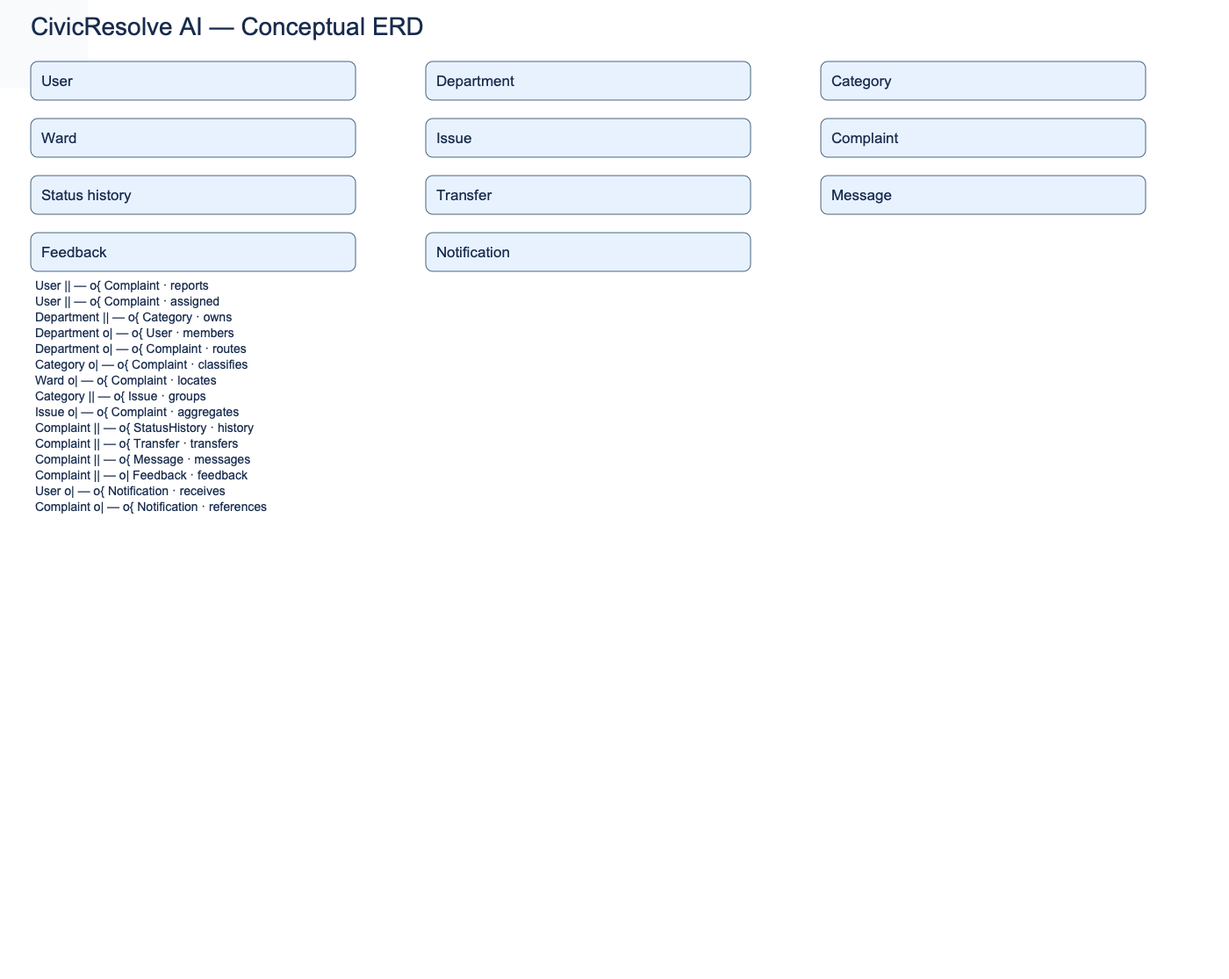
Earlier version of the Mermaid export DE/02-er-diagrams/final-conceptual-erd.png (joddcodes07/civicresolve-ai). Its source is kept beside it as DE/02-er-diagrams/final-conceptual-erd.mmd. Its diagram source:
```mermaid
erDiagram
  USER ||--o{ COMPLAINT : reports
  USER ||--o{ COMPLAINT : assigned_to
  DEPARTMENT ||--o{ CATEGORY : owns
  DEPARTMENT o|--o{ USER : includes
  DEPARTMENT o|--o{ COMPLAINT : routes
  CATEGORY o|--o{ COMPLAINT : classifies
  WARD o|--o{ COMPLAINT : locates
  CATEGORY ||--o{ ISSUE : groups
  ISSUE o|--o{ COMPLAINT : aggregates
  COMPLAINT ||--o{ STATUS_HISTORY : tracks
  COMPLAINT ||--o{ TRANSFER : records
  COMPLAINT ||--o{ MESSAGE : contains
  COMPLAINT ||--o| FEEDBACK : receives
  USER o|--o{ NOTIFICATION : receives
  COMPLAINT o|--o{ NOTIFICATION : references
```
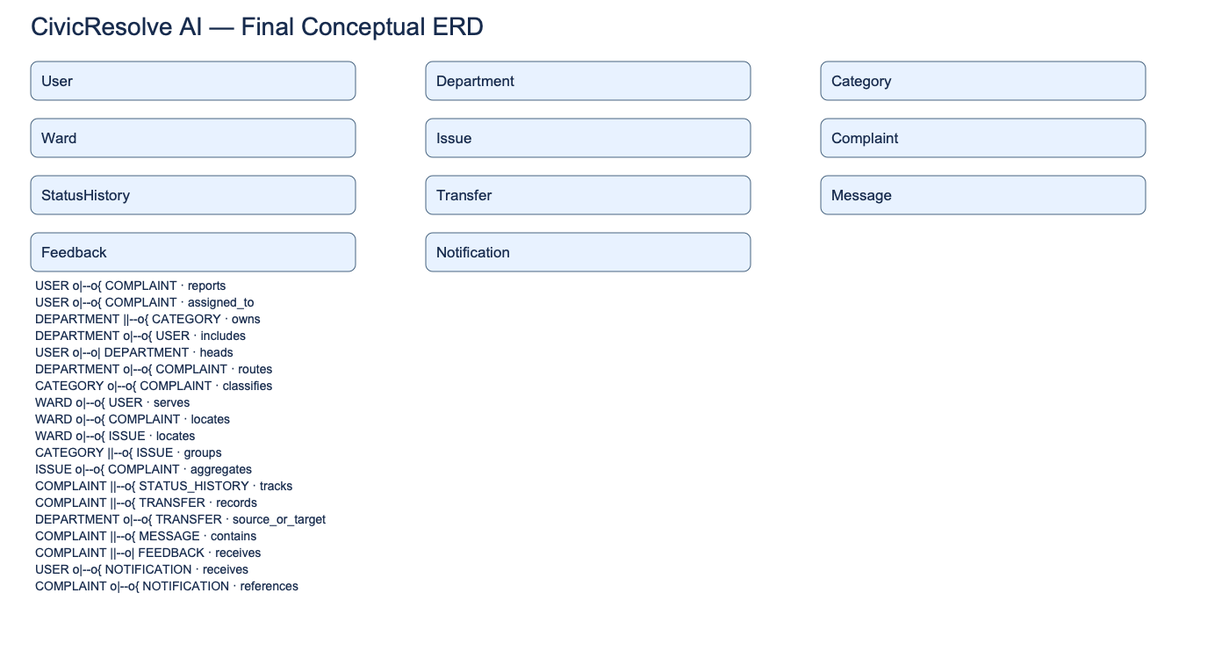
After the commit.

The edit, as a diff of the source:
```diff
@@ -1,15 +1,19 @@
 erDiagram
-  USER ||--o{ COMPLAINT : reports
-  USER ||--o{ COMPLAINT : assigned_to
+  USER o|--o{ COMPLAINT : reports
+  USER o|--o{ COMPLAINT : assigned_to
   DEPARTMENT ||--o{ CATEGORY : owns
   DEPARTMENT o|--o{ USER : includes
+  USER o|--o| DEPARTMENT : heads
   DEPARTMENT o|--o{ COMPLAINT : routes
   CATEGORY o|--o{ COMPLAINT : classifies
+  WARD o|--o{ USER : serves
   WARD o|--o{ COMPLAINT : locates
+  WARD o|--o{ ISSUE : locates
   CATEGORY ||--o{ ISSUE : groups
   ISSUE o|--o{ COMPLAINT : aggregates
   COMPLAINT ||--o{ STATUS_HISTORY : tracks
   COMPLAINT ||--o{ TRANSFER : records
+  DEPARTMENT o|--o{ TRANSFER : source_or_target
   COMPLAINT ||--o{ MESSAGE : contains
   COMPLAINT ||--o| FEEDBACK : receives
   USER o|--o{ NOTIFICATION : receives
```
